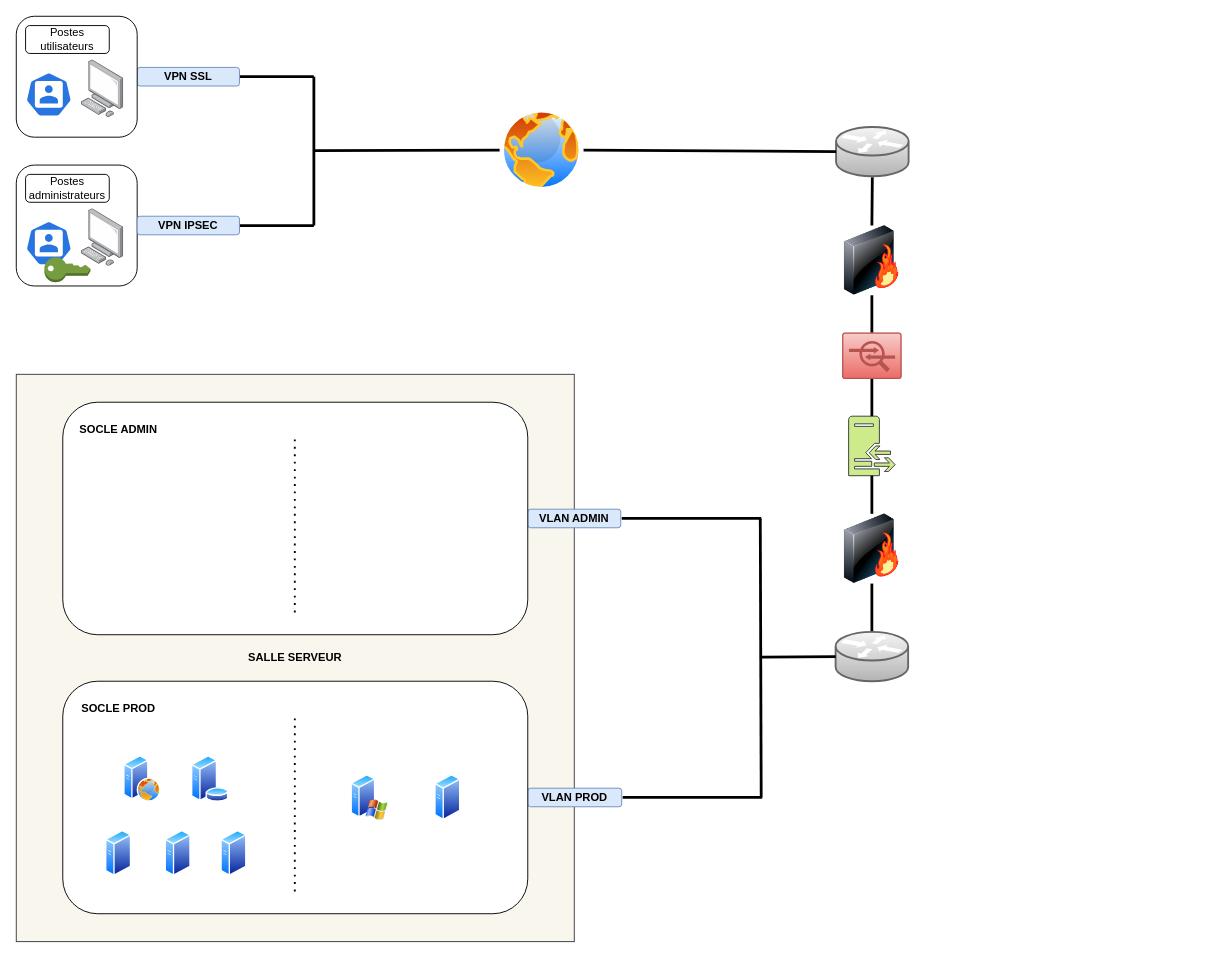
This is p11.drawio from ecto-w/openclassrooms_ASR, a draw.io file, before an edit. Source tidied: cells renumbered, new cells numbered last; positions are measured from the earlier drawing's top-left corner, leaving out a move shared by most shapes. Both pictures are drawn from the tidied source at 93%, with x=0, y=0 at pixel (16, 16). Pictures stored in the file or linked from it are replaced by grey dashed boxes.
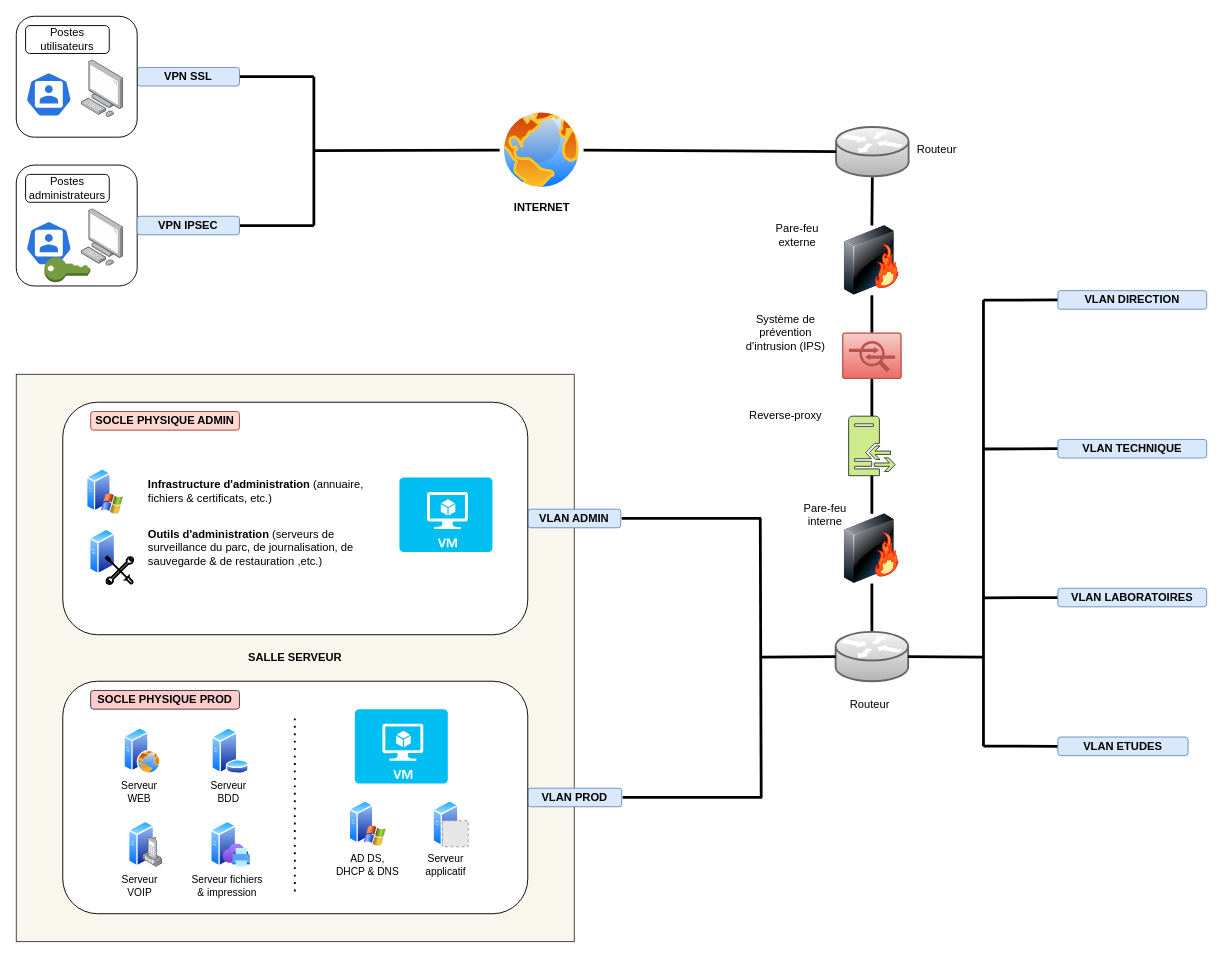
The same diagram, later.

Commit message (it also covers changes not shown here):
Mettre à jour p11.drawio

Unchanged cells that the change refers to:
```xml
<mxCell id="23" style="shape=mxgraph.cisco.routers.router;html=1;dashed=0;strokeWidth=2;verticalLabelPosition=bottom;verticalAlign=top;align=center;outlineConnect=0;fillColor=#f5f5f5;gradientColor=#b3b3b3;strokeColor=#666666;" parent="1" vertex="1">
  <mxGeometry x="881" y="662" width="78" height="53" as="geometry" />
</mxCell>
```

What changed in the source:
```diff
@@
-    <mxCell id="13" style="image;perimeter=ellipsePerimeter;html=1;align=center;shadow=0;dashed=0;spacingTop=3;image=img/lib/active_directory/internet_globe.svg;" parent="1" vertex="1">
+    <mxCell id="13" value="&lt;b&gt;INTERNET&lt;/b&gt;" style="image;perimeter=ellipsePerimeter;html=1;align=center;shadow=0;dashed=0;spacingTop=3;image=img/lib/active_directory/internet_globe.svg;" parent="1" vertex="1">
       <mxGeometry x="520" y="99" width="90" height="90" as="geometry" />
     </mxCell>
@@
-    <mxCell id="39" style="image;perimeter=ellipsePerimeter;html=1;align=center;shadow=0;dashed=0;spacingTop=3;image=img/lib/active_directory/database_server.svg;" parent="1" vertex="1">
-      <mxGeometry x="188" y="795" width="41" height="50" as="geometry" />
-    </mxCell>
-    <mxCell id="40" style="image;perimeter=ellipsePerimeter;html=1;align=center;shadow=0;dashed=0;spacingTop=3;image=img/lib/active_directory/web_server.svg;" parent="1" vertex="1">
-      <mxGeometry x="115.6" y="795" width="40" height="50" as="geometry" />
-    </mxCell>
-    <mxCell id="41" style="image;perimeter=ellipsePerimeter;html=1;align=center;shadow=0;dashed=0;spacingTop=3;image=img/lib/active_directory/windows_server_2.svg;" parent="1" vertex="1">
-      <mxGeometry x="360" y="815" width="40" height="50" as="geometry" />
-    </mxCell>
-    <mxCell id="42" value="&lt;b&gt;SOCLE ADMIN&lt;/b&gt;" style="text;html=1;strokeColor=none;fillColor=none;align=center;verticalAlign=middle;whiteSpace=wrap;rounded=0;" parent="1" vertex="1">
-      <mxGeometry x="60" y="435" width="100" height="20" as="geometry" />
+    <mxCell id="42" value="&lt;b&gt;SOCLE PHYSIQUE ADMIN&lt;/b&gt;" style="text;html=1;strokeColor=#ae4132;fillColor=#fad9d5;align=center;verticalAlign=middle;whiteSpace=wrap;rounded=1;" parent="1" vertex="1">
+      <mxGeometry x="80" y="425" width="160" height="20" as="geometry" />
     </mxCell>
-    <mxCell id="43" value="&lt;b&gt;SOCLE PROD&lt;/b&gt;" style="text;html=1;strokeColor=none;fillColor=none;align=center;verticalAlign=middle;whiteSpace=wrap;rounded=0;" parent="1" vertex="1">
-      <mxGeometry x="60" y="735" width="100" height="20" as="geometry" />
+    <mxCell id="43" value="&lt;b&gt;SOCLE PHYSIQUE PROD&lt;/b&gt;" style="text;html=1;strokeColor=#36393d;fillColor=#ffcccc;align=center;verticalAlign=middle;whiteSpace=wrap;rounded=1;" parent="1" vertex="1">
+      <mxGeometry x="80" y="725" width="160" height="20" as="geometry" />
     </mxCell>
-    <mxCell id="44" style="endArrow=none;dashed=1;html=1;dashPattern=1 3;strokeWidth=2;rounded=0;" parent="1" edge="1">
-      <mxGeometry relative="1" as="geometry">
-        <mxPoint x="299.5" y="455" as="sourcePoint" />
-        <mxPoint x="299.5" y="645" as="targetPoint" />
-      </mxGeometry>
-    </mxCell>
@@
-    <mxCell id="46" style="image;perimeter=ellipsePerimeter;html=1;align=center;shadow=0;dashed=0;spacingTop=3;image=img/lib/active_directory/generic_server.svg;" parent="1" vertex="1">
-      <mxGeometry x="96" y="875" width="28" height="50" as="geometry" />
-    </mxCell>
-    <mxCell id="47" style="image;perimeter=ellipsePerimeter;html=1;align=center;shadow=0;dashed=0;spacingTop=3;image=img/lib/active_directory/generic_server.svg;" parent="1" vertex="1">
-      <mxGeometry x="160" y="875" width="28" height="50" as="geometry" />
-    </mxCell>
-    <mxCell id="48" style="image;perimeter=ellipsePerimeter;html=1;align=center;shadow=0;dashed=0;spacingTop=3;image=img/lib/active_directory/generic_server.svg;" parent="1" vertex="1">
-      <mxGeometry x="220" y="875" width="28" height="50" as="geometry" />
-    </mxCell>
+    <mxCell id="50" style="image;perimeter=ellipsePerimeter;html=1;align=center;shadow=0;dashed=0;spacingTop=3;image=img/lib/active_directory/windows_server_2.svg;" parent="1" vertex="1">
+      <mxGeometry x="75.6" y="486" width="40" height="50" as="geometry" />
+    </mxCell>
+    <mxCell id="51" style="image;perimeter=ellipsePerimeter;html=1;align=center;shadow=0;dashed=0;spacingTop=3;image=img/lib/active_directory/generic_server.svg;" parent="1" vertex="1">
+      <mxGeometry x="78.8" y="551" width="28" height="50" as="geometry" />
+    </mxCell>
+    <mxCell id="52" value="&lt;b&gt;Infrastructure d'administration&lt;/b&gt; (annuaire, fichiers &amp;amp; certificats, etc.)" style="text;html=1;strokeColor=none;fillColor=none;align=left;verticalAlign=middle;whiteSpace=wrap;rounded=0;fontStyle=0;" parent="1" vertex="1">
+      <mxGeometry x="140" y="498.5" width="250" height="25" as="geometry" />
+    </mxCell>
+    <mxCell id="53" value="&lt;div&gt;&lt;b&gt;Outils d'administration&lt;/b&gt; (serveurs de surveillance du parc, de journalisation, de sauvegarde &amp;amp; de restauration ,etc.)&lt;br&gt;&lt;/div&gt;" style="text;html=1;strokeColor=none;fillColor=none;align=left;verticalAlign=middle;whiteSpace=wrap;rounded=0;fontStyle=0;" parent="1" vertex="1">
+      <mxGeometry x="140" y="541" width="250" height="60" as="geometry" />
+    </mxCell>
+    <mxCell id="54" style="html=1;verticalLabelPosition=bottom;align=center;labelBackgroundColor=#ffffff;verticalAlign=top;strokeWidth=2;shadow=0;dashed=0;shape=mxgraph.ios7.icons.tools;fillColor=none;" parent="1" vertex="1">
+      <mxGeometry x="96.3" y="581" width="29.7" height="29.7" as="geometry" />
+    </mxCell>
+    <mxCell id="55" style="group;" parent="1" vertex="1">
+      <mxGeometry x="110" y="765" width="50.8" height="78" as="geometry" />
+    </mxCell>
+    <mxCell id="40" style="image;perimeter=ellipsePerimeter;html=1;align=center;shadow=0;dashed=0;spacingTop=3;image=img/lib/active_directory/web_server.svg;" parent="55" vertex="1">
+      <mxGeometry x="5.7" width="40" height="50" as="geometry" />
+    </mxCell>
+    <mxCell id="56" value="Serveur WEB" style="text;html=1;strokeColor=none;fillColor=none;align=center;verticalAlign=middle;whiteSpace=wrap;rounded=0;fontStyle=0;fontSize=11;" parent="55" vertex="1">
+      <mxGeometry y="55" width="45.1" height="28" as="geometry" />
+    </mxCell>
+    <mxCell id="57" style="group;" parent="55" vertex="1">
+      <mxGeometry x="95.7" width="45.1" height="78" as="geometry" />
+    </mxCell>
+    <mxCell id="39" style="image;perimeter=ellipsePerimeter;html=1;align=center;shadow=0;dashed=0;spacingTop=3;image=img/lib/active_directory/database_server.svg;" parent="57" vertex="1">
+      <mxGeometry x="4.1" width="41" height="50" as="geometry" />
+    </mxCell>
+    <mxCell id="58" value="Serveur BDD" style="text;html=1;strokeColor=none;fillColor=none;align=center;verticalAlign=middle;whiteSpace=wrap;rounded=0;fontStyle=0;fontSize=11;" parent="57" vertex="1">
+      <mxGeometry y="55" width="45.1" height="28" as="geometry" />
+    </mxCell>
+    <mxCell id="59" style="group;fontSize=11;" parent="1" vertex="1">
+      <mxGeometry x="343" y="843" width="70" height="90" as="geometry" />
+    </mxCell>
+    <mxCell id="41" style="image;perimeter=ellipsePerimeter;html=1;align=center;shadow=0;dashed=0;spacingTop=3;image=img/lib/active_directory/windows_server_2.svg;" parent="59" vertex="1">
+      <mxGeometry x="15" width="40" height="50" as="geometry" />
+    </mxCell>
+    <mxCell id="60" value="&lt;font style=&quot;font-size: 11px;&quot;&gt;AD DS, DHCP &amp;amp; DNS&lt;br&gt;&lt;/font&gt;" style="text;html=1;strokeColor=none;fillColor=none;align=center;verticalAlign=middle;whiteSpace=wrap;rounded=0;fontStyle=0;fontSize=11;" parent="59" vertex="1">
+      <mxGeometry y="55" width="70" height="30" as="geometry" />
+    </mxCell>
+    <mxCell id="61" style="group;" parent="1" vertex="1">
+      <mxGeometry x="427" y="843" width="70" height="90" as="geometry" />
+    </mxCell>
+    <mxCell id="62" value="Serveur applicatif" style="text;html=1;strokeColor=none;fillColor=none;align=center;verticalAlign=middle;whiteSpace=wrap;rounded=0;fontStyle=0;fontSize=11;" parent="61" vertex="1">
+      <mxGeometry y="55" width="70" height="30" as="geometry" />
+    </mxCell>
+    <mxCell id="63" style="group;" parent="61" vertex="1">
+      <mxGeometry x="21" width="38" height="50" as="geometry" />
+    </mxCell>
-    <mxCell id="49" style="image;perimeter=ellipsePerimeter;html=1;align=center;shadow=0;dashed=0;spacingTop=3;image=img/lib/active_directory/generic_server.svg;" parent="1" vertex="1">
-      <mxGeometry x="450" y="815" width="28" height="50" as="geometry" />
+    <mxCell id="49" style="image;perimeter=ellipsePerimeter;html=1;align=center;shadow=0;dashed=0;spacingTop=3;image=img/lib/active_directory/generic_server.svg;" parent="63" vertex="1">
+      <mxGeometry width="28" height="50" as="geometry" />
     </mxCell>
+    <mxCell id="64" style="fillColor=#E6E6E6;strokeColor=#999999;dashed=1;html=1;verticalAlign=top;verticalLabelPosition=bottom;labelBackgroundColor=#ffffff;" parent="63" vertex="1">
+      <mxGeometry x="10" y="22" width="28" height="28" as="geometry" />
+    </mxCell>
+    <mxCell id="65" style="group;" parent="1" vertex="1">
+      <mxGeometry x="100" y="865" width="90" height="85" as="geometry" />
+    </mxCell>
+    <mxCell id="66" style="group;" parent="65" vertex="1">
+      <mxGeometry width="90" height="85" as="geometry" />
+    </mxCell>
+    <mxCell id="67" style="image;perimeter=ellipsePerimeter;html=1;align=center;shadow=0;dashed=0;spacingTop=3;image=img/lib/active_directory/generic_server.svg;" parent="66" vertex="1">
+      <mxGeometry x="20.7" width="28" height="50" as="geometry" />
+    </mxCell>
+    <mxCell id="68" value="Serveur VOIP" style="text;html=1;strokeColor=none;fillColor=none;align=center;verticalAlign=middle;whiteSpace=wrap;rounded=0;fontStyle=0;fontSize=11;" parent="66" vertex="1">
+      <mxGeometry y="55" width="66" height="30" as="geometry" />
+    </mxCell>
+    <mxCell id="69" value="Serveur fichiers &amp;amp; impression" style="text;html=1;strokeColor=none;fillColor=none;align=center;verticalAlign=middle;whiteSpace=wrap;rounded=0;fontStyle=0;fontSize=11;" parent="66" vertex="1">
+      <mxGeometry x="87" y="47" width="80" height="45" as="geometry" />
+    </mxCell>
+    <mxCell id="70" style="image;html=1;align=center;shadow=0;dashed=0;image=img/lib/allied_telesis/computer_and_terminals/VOIP_IP_phone.svg;" parent="65" vertex="1">
+      <mxGeometry x="36" y="17.6" width="21.3" height="32.4" as="geometry" />
+    </mxCell>
+    <mxCell id="71" style="group;" parent="1" vertex="1">
+      <mxGeometry x="190" y="865" width="80" height="100" as="geometry" />
+    </mxCell>
+    <mxCell id="72" style="group;" parent="71" vertex="1">
+      <mxGeometry x="19" width="46.6" height="60" as="geometry" />
+    </mxCell>
+    <mxCell id="73" style="image;perimeter=ellipsePerimeter;html=1;align=center;shadow=0;dashed=0;spacingTop=3;image=img/lib/active_directory/generic_server.svg;" parent="72" vertex="1">
+      <mxGeometry width="28" height="50" as="geometry" />
+    </mxCell>
+    <mxCell id="74" style="image;html=1;align=center;fontSize=12;image=img/lib/azure2/management_governance/Universal_Print.svg;" parent="72" vertex="1">
+      <mxGeometry x="13.4" y="25" width="29.3" height="25" as="geometry" />
+    </mxCell>
+    <mxCell id="75" style="verticalLabelPosition=bottom;html=1;verticalAlign=top;align=center;strokeColor=none;fillColor=#00BEF2;shape=mxgraph.azure.virtual_machine;" parent="1" vertex="1">
+      <mxGeometry x="364" y="745" width="100" height="80" as="geometry" />
+    </mxCell>
+    <mxCell id="76" style="verticalLabelPosition=bottom;html=1;verticalAlign=top;align=center;strokeColor=none;fillColor=#00BEF2;shape=mxgraph.azure.virtual_machine;" parent="1" vertex="1">
+      <mxGeometry x="412" y="496" width="100" height="80" as="geometry" />
+    </mxCell>
+    <mxCell id="77" value="Routeur" style="text;html=1;strokeColor=none;fillColor=none;align=center;verticalAlign=middle;whiteSpace=wrap;rounded=0;" parent="1" vertex="1">
+      <mxGeometry x="959.5" y="129" width="60" height="30" as="geometry" />
+    </mxCell>
+    <mxCell id="78" value="Routeur" style="text;html=1;strokeColor=none;fillColor=none;align=center;verticalAlign=middle;whiteSpace=wrap;rounded=0;" parent="1" vertex="1">
+      <mxGeometry x="888" y="725" width="60" height="30" as="geometry" />
+    </mxCell>
+    <mxCell id="79" value="Pare-feu interne" style="text;html=1;strokeColor=none;fillColor=none;align=center;verticalAlign=middle;whiteSpace=wrap;rounded=0;" parent="1" vertex="1">
+      <mxGeometry x="840" y="521" width="60" height="30" as="geometry" />
+    </mxCell>
+    <mxCell id="80" value="Pare-feu externe" style="text;html=1;strokeColor=none;fillColor=none;align=center;verticalAlign=middle;whiteSpace=wrap;rounded=0;" parent="1" vertex="1">
+      <mxGeometry x="810" y="220" width="60" height="30" as="geometry" />
+    </mxCell>
+    <mxCell id="81" value="Système de prévention d'intrusion (IPS)" style="text;html=1;strokeColor=none;fillColor=none;align=center;verticalAlign=middle;whiteSpace=wrap;rounded=0;" parent="1" vertex="1">
+      <mxGeometry x="782" y="325" width="90.5" height="30" as="geometry" />
+    </mxCell>
+    <mxCell id="82" value="Reverse-proxy" style="text;html=1;strokeColor=none;fillColor=none;align=center;verticalAlign=middle;whiteSpace=wrap;rounded=0;" parent="1" vertex="1">
+      <mxGeometry x="782" y="415" width="90.5" height="30" as="geometry" />
+    </mxCell>
+    <mxCell id="83" style="endArrow=none;html=1;rounded=0;strokeWidth=3;" parent="1" edge="1">
+      <mxGeometry relative="1" as="geometry">
+        <mxPoint x="1040" y="785" as="sourcePoint" />
+        <mxPoint x="1040" y="305" as="targetPoint" />
+      </mxGeometry>
+    </mxCell>
+    <mxCell id="84" style="endArrow=none;html=1;rounded=0;exitX=1;exitY=0.5;exitDx=0;exitDy=0;strokeWidth=3;jumpStyle=gap;entryX=0;entryY=0.5;entryDx=0;entryDy=0;" parent="1" edge="1" target="89">
+      <mxGeometry relative="1" as="geometry">
+        <mxPoint x="1040" y="305.3" as="sourcePoint" />
+      </mxGeometry>
+    </mxCell>
+    <mxCell id="85" style="endArrow=none;html=1;rounded=0;strokeWidth=3;targetPerimeterSpacing=0;exitX=1;exitY=0.5;exitDx=0;exitDy=0;exitPerimeter=0;spacing=0;" parent="1" edge="1" source="23">
+      <mxGeometry relative="1" as="geometry">
+        <mxPoint x="1040" y="689" as="targetPoint" />
+      </mxGeometry>
+    </mxCell>
+    <mxCell id="86" style="endArrow=none;html=1;rounded=0;exitX=1;exitY=0.5;exitDx=0;exitDy=0;strokeWidth=3;jumpStyle=gap;entryX=0;entryY=0.5;entryDx=0;entryDy=0;" parent="1" edge="1" target="90">
+      <mxGeometry relative="1" as="geometry">
+        <mxPoint x="1040" y="465.3" as="sourcePoint" />
+      </mxGeometry>
+    </mxCell>
+    <mxCell id="87" style="endArrow=none;html=1;rounded=0;exitX=1;exitY=0.5;exitDx=0;exitDy=0;strokeWidth=3;jumpStyle=gap;entryX=0;entryY=0.5;entryDx=0;entryDy=0;" parent="1" edge="1" target="91">
+      <mxGeometry relative="1" as="geometry">
+        <mxPoint x="1040" y="625.3" as="sourcePoint" />
+      </mxGeometry>
+    </mxCell>
+    <mxCell id="88" style="endArrow=none;html=1;rounded=0;exitX=1;exitY=0.5;exitDx=0;exitDy=0;strokeWidth=3;jumpStyle=gap;entryX=0;entryY=0.5;entryDx=0;entryDy=0;" parent="1" edge="1" target="92">
+      <mxGeometry relative="1" as="geometry">
+        <mxPoint x="1040" y="784.8" as="sourcePoint" />
+      </mxGeometry>
+    </mxCell>
+    <mxCell id="89" value="VLAN DIRECTION" style="rounded=1;whiteSpace=wrap;html=1;shadow=0;glass=0;fillColor=#dae8fc;strokeColor=#6c8ebf;align=center;fontStyle=1;" parent="1" vertex="1">
+      <mxGeometry x="1120" y="295" width="160" height="20" as="geometry" />
+    </mxCell>
+    <mxCell id="90" value="VLAN TECHNIQUE" style="rounded=1;whiteSpace=wrap;html=1;shadow=0;glass=0;fillColor=#dae8fc;strokeColor=#6c8ebf;align=center;fontStyle=1;" parent="1" vertex="1">
+      <mxGeometry x="1120" y="455" width="160" height="20" as="geometry" />
+    </mxCell>
+    <mxCell id="91" value="VLAN LABORATOIRES" style="rounded=1;whiteSpace=wrap;html=1;shadow=0;glass=0;fillColor=#dae8fc;strokeColor=#6c8ebf;align=center;fontStyle=1;" parent="1" vertex="1">
+      <mxGeometry x="1120" y="615" width="160" height="20" as="geometry" />
+    </mxCell>
+    <mxCell id="92" value="VLAN ETUDES" style="rounded=1;whiteSpace=wrap;html=1;shadow=0;glass=0;fillColor=#dae8fc;strokeColor=#6c8ebf;align=center;fontStyle=1;" parent="1" vertex="1">
+      <mxGeometry x="1120" y="775" width="140" height="20" as="geometry" />
+    </mxCell>
```
